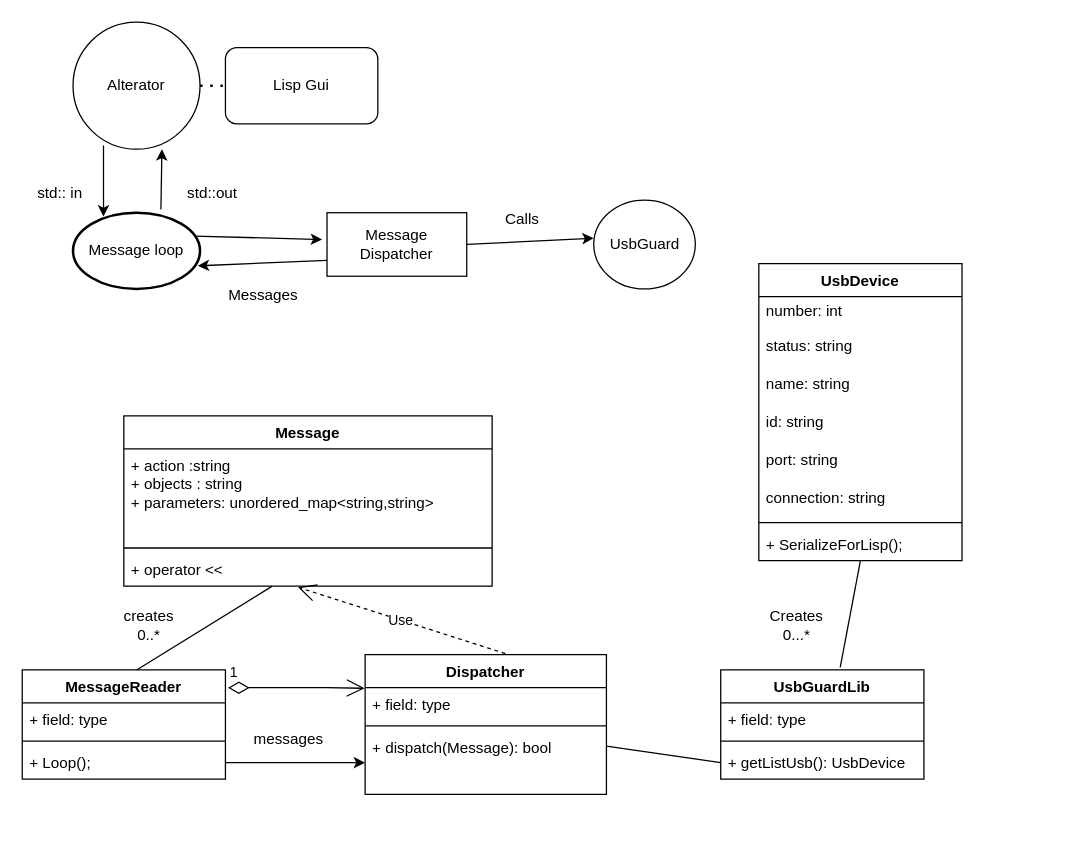
This is Classes.drawio from 3036662/alterator-usbmount, a draw.io file, before an edit. Source tidied: cells renumbered, new cells numbered last; positions are measured from the earlier drawing's top-left corner, leaving out a move shared by most shapes. Both pictures are drawn from the tidied source at 127%, with x=0, y=0 at pixel (22, 22).
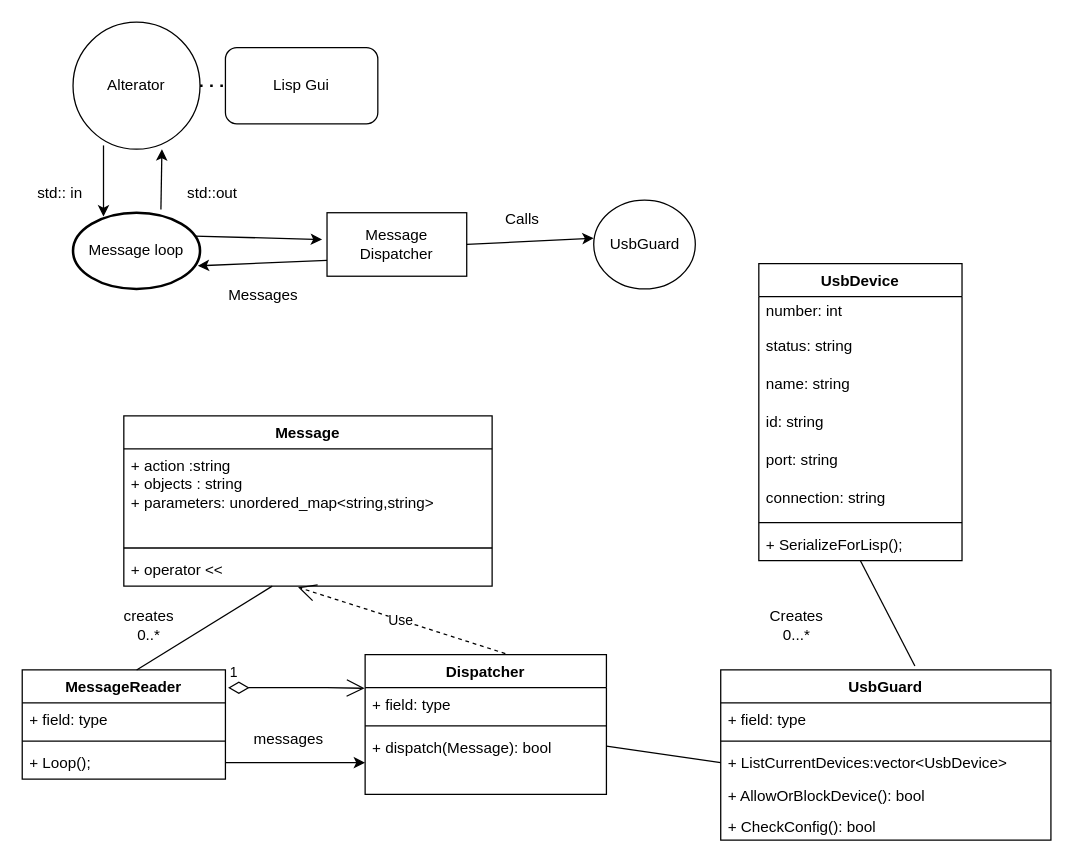
The same page after the edit.

Commit message:
add ConfigStatus class

What changed in the source:
```diff
@@
-    <mxCell id="40" value="UsbGuardLib" style="swimlane;fontStyle=1;align=center;verticalAlign=top;horizontal=1;startSize=26;whiteSpace=wrap;html=1;" parent="1" vertex="1">
-      <mxGeometry x="550" y="510" width="160" height="86" as="geometry" />
+    <mxCell id="40" value="UsbGuard" style="swimlane;fontStyle=1;align=center;verticalAlign=top;horizontal=1;startSize=26;whiteSpace=wrap;html=1;" parent="1" vertex="1">
+      <mxGeometry x="550" y="510" width="260" height="134" as="geometry" />
     </mxCell>
     <mxCell id="41" value="+ field: type" style="text;strokeColor=none;fillColor=none;align=left;verticalAlign=top;spacingLeft=4;spacingRight=4;overflow=hidden;whiteSpace=wrap;html=1;" parent="40" vertex="1">
-      <mxGeometry y="26" width="160" height="26" as="geometry" />
+      <mxGeometry y="26" width="260" height="26" as="geometry" />
     </mxCell>
     <mxCell id="42" style="line;strokeWidth=1;fillColor=none;align=left;verticalAlign=middle;spacingTop=-1;spacingLeft=3;spacingRight=3;labelPosition=right;strokeColor=inherit;" parent="40" vertex="1">
-      <mxGeometry y="52" width="160" height="8" as="geometry" />
+      <mxGeometry y="52" width="260" height="8" as="geometry" />
     </mxCell>
-    <mxCell id="43" value="+ getListUsb(): UsbDevice" style="text;strokeColor=none;fillColor=none;align=left;verticalAlign=top;spacingLeft=4;spacingRight=4;overflow=hidden;points=[[0,0.5],[1,0.5]];portConstraint=eastwest;whiteSpace=wrap;html=1;" parent="40" vertex="1">
-      <mxGeometry y="60" width="160" height="26" as="geometry" />
+    <mxCell id="43" value="+ ListCurrentDevices:vector&amp;lt;UsbDevice&amp;gt;" style="text;strokeColor=none;fillColor=none;align=left;verticalAlign=top;spacingLeft=4;spacingRight=4;overflow=hidden;points=[[0,0.5],[1,0.5]];portConstraint=eastwest;whiteSpace=wrap;html=1;" parent="40" vertex="1">
+      <mxGeometry y="60" width="260" height="26" as="geometry" />
     </mxCell>
+    <mxCell id="52" value="+ AllowOrBlockDevice(): bool" style="text;strokeColor=none;fillColor=none;align=left;verticalAlign=top;spacingLeft=4;spacingRight=4;overflow=hidden;whiteSpace=wrap;html=1;" parent="40" vertex="1">
+      <mxGeometry y="86" width="260" height="24" as="geometry" />
+    </mxCell>
+    <mxCell id="53" value="+ CheckConfig(): bool" style="text;strokeColor=none;fillColor=none;align=left;verticalAlign=top;spacingLeft=4;spacingRight=4;overflow=hidden;whiteSpace=wrap;html=1;" parent="40" vertex="1">
+      <mxGeometry y="110" width="260" height="24" as="geometry" />
+    </mxCell>
```
